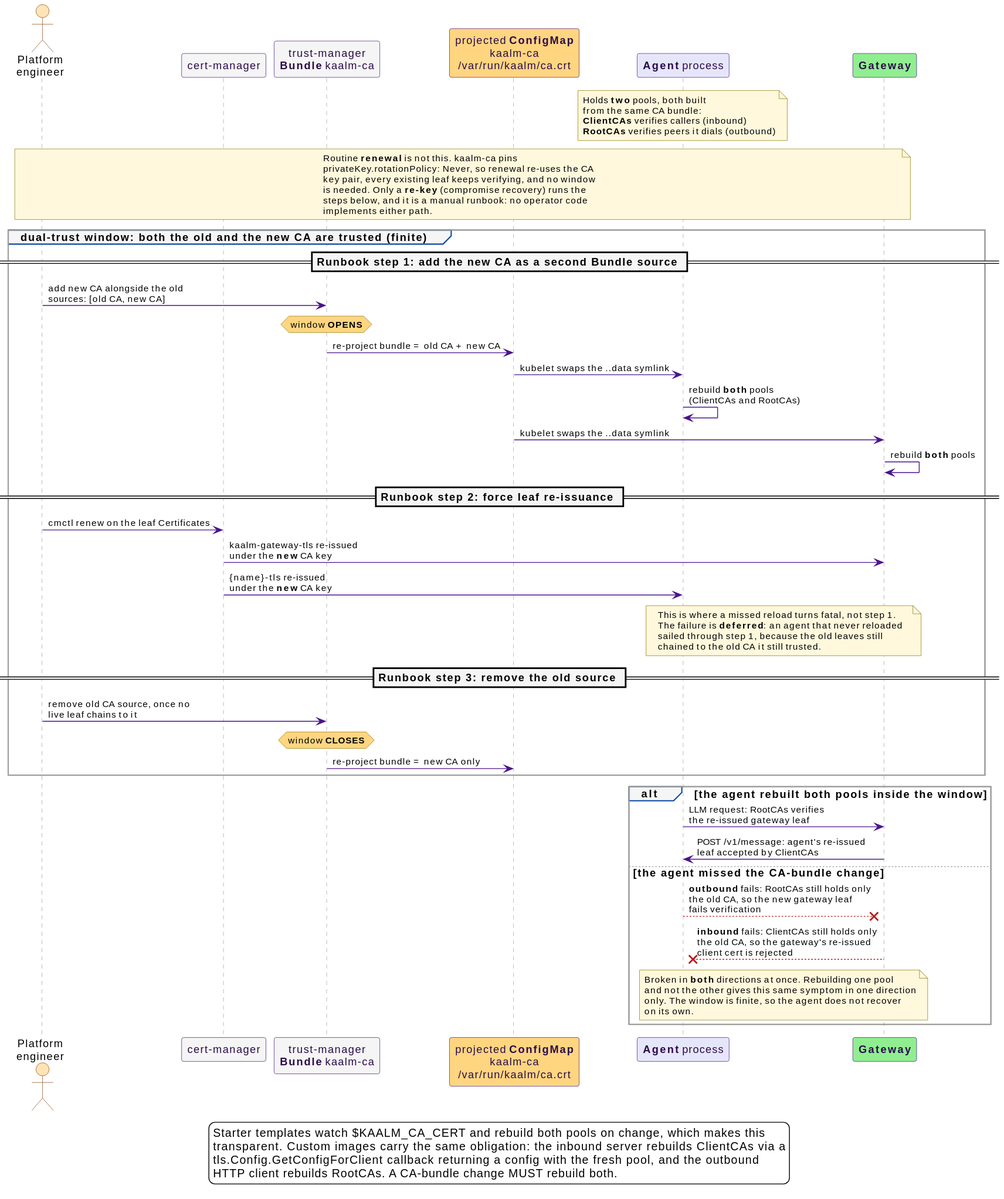
The PlantUML diagram docs/src/diagrams/ca-rekey-window.svg in win07xp/kaalm, before a commit.
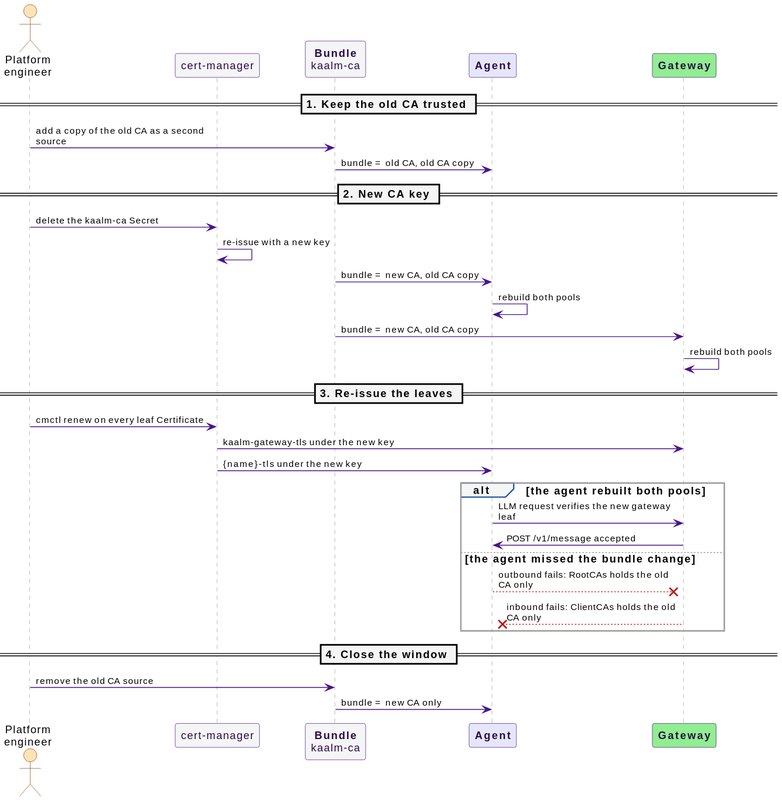
After the commit.

The edit, as a diff of the source:
```diff
@@ -1,77 +1,33 @@
 @startuml
 !include _style.puml
-
-skinparam wrapWidth 340
-
+skinparam maxMessageSize 150
 actor "Platform\nengineer" as PE #FFE4B5
 participant "cert-manager" as CM #F5F5F5
-participant "trust-manager\n**Bundle** kaalm-ca" as TM #F5F5F5
-participant "projected **ConfigMap**\nkaalm-ca\n/var/run/kaalm/ca.crt" as CFG #FFD580
-participant "**Agent** process" as AG #E6E6FA
+participant "**Bundle**\nkaalm-ca" as TM #F5F5F5
+participant "**Agent**" as AG #E6E6FA
 participant "**Gateway**" as GW #90EE90
-
-note over AG
-  Holds **two** pools, both built
-  from the same CA bundle:
-  **ClientCAs** verifies callers (inbound)
-  **RootCAs** verifies peers it dials (outbound)
-end note
-
-note over PE, GW #FFF8DC
-  Routine **renewal** is not this. kaalm-ca pins
-  privateKey.rotationPolicy: Never, so renewal re-uses the CA
-  key pair, every existing leaf keeps verifying, and no window
-  is needed. Only a **re-key** (compromise recovery) runs the
-  steps below, and it is a manual runbook: no operator code
-  implements either path.
-end note
-
-group dual-trust window: both the old and the new CA are trusted (finite)
-
-  == Runbook step 1: add the new CA as a second Bundle source ==
-  PE -> TM : add new CA alongside the old\nsources: [old CA, new CA]
-  hnote over TM #FFD580 : window **OPENS**
-  TM -> CFG : re-project bundle = old CA + new CA
-  CFG -> AG : kubelet swaps the ..data symlink
-  AG -> AG : rebuild **both** pools\n(ClientCAs and RootCAs)
-  CFG -> GW : kubelet swaps the ..data symlink
-  GW -> GW : rebuild **both** pools
-
-  == Runbook step 2: force leaf re-issuance ==
-  PE -> CM : cmctl renew on the leaf Certificates
-  CM -> GW : kaalm-gateway-tls re-issued\nunder the **new** CA key
-  CM -> AG : {name}-tls re-issued\nunder the **new** CA key
-  note over AG, GW #FFF8DC
-    This is where a missed reload turns fatal, not step 1.
-    The failure is **deferred**: an agent that never reloaded
-    sailed through step 1, because the old leaves still
-    chained to the old CA it still trusted.
-  end note
-
-  == Runbook step 3: remove the old source ==
-  PE -> TM : remove old CA source, once no\nlive leaf chains to it
-  hnote over TM #FFD580 : window **CLOSES**
-  TM -> CFG : re-project bundle = new CA only
+== 1. Keep the old CA trusted ==
+PE -> TM : add a copy of the old CA as a second source
+TM -> AG : bundle = old CA, old CA copy
+== 2. New CA key ==
+PE -> CM : delete the kaalm-ca Secret
+CM -> CM : re-issue with a new key
+TM -> AG : bundle = new CA, old CA copy
+AG -> AG : rebuild both pools
+TM -> GW : bundle = new CA, old CA copy
+GW -> GW : rebuild both pools
+== 3. Re-issue the leaves ==
+PE -> CM : cmctl renew on every leaf Certificate
+CM -> GW : kaalm-gateway-tls under the new key
+CM -> AG : {name}-tls under the new key
+alt the agent rebuilt both pools
+  AG -> GW : LLM request verifies the new gateway leaf
+  GW -> AG : POST /v1/message accepted
+else the agent missed the bundle change
+  AG -[#B71C1C]->x GW : outbound fails: RootCAs holds the old CA only
+  GW -[#B71C1C]->x AG : inbound fails: ClientCAs holds the old CA only
 end
-
-alt the agent rebuilt both pools inside the window
-  AG -> GW : LLM request: RootCAs verifies\nthe re-issued gateway leaf
-  GW -> AG : POST /v1/message: agent's re-issued\nleaf accepted by ClientCAs
-else the agent missed the CA-bundle change
-  AG -[#B71C1C]->x GW : **outbound** fails: RootCAs still holds only\nthe old CA, so the new gateway leaf\nfails verification
-  GW -[#B71C1C]->x AG : **inbound** fails: ClientCAs still holds only\nthe old CA, so the gateway's re-issued\nclient cert is rejected
-  note over AG, GW #FFF8DC
-    Broken in **both** directions at once. Rebuilding one pool
-    and not the other gives this same symptom in one direction
-    only. The window is finite, so the agent does not recover
-    on its own.
-  end note
-end
-
-legend bottom
-  Starter templates watch $KAALM_CA_CERT and rebuild both pools on change, which makes this
-  transparent. Custom images carry the same obligation: the inbound server rebuilds ClientCAs via a
-  tls.Config.GetConfigForClient callback returning a config with the fresh pool, and the outbound
-  HTTP client rebuilds RootCAs. A CA-bundle change MUST rebuild both.
-endlegend
+== 4. Close the window ==
+PE -> TM : remove the old CA source
+TM -> AG : bundle = new CA only
 @enduml
```
